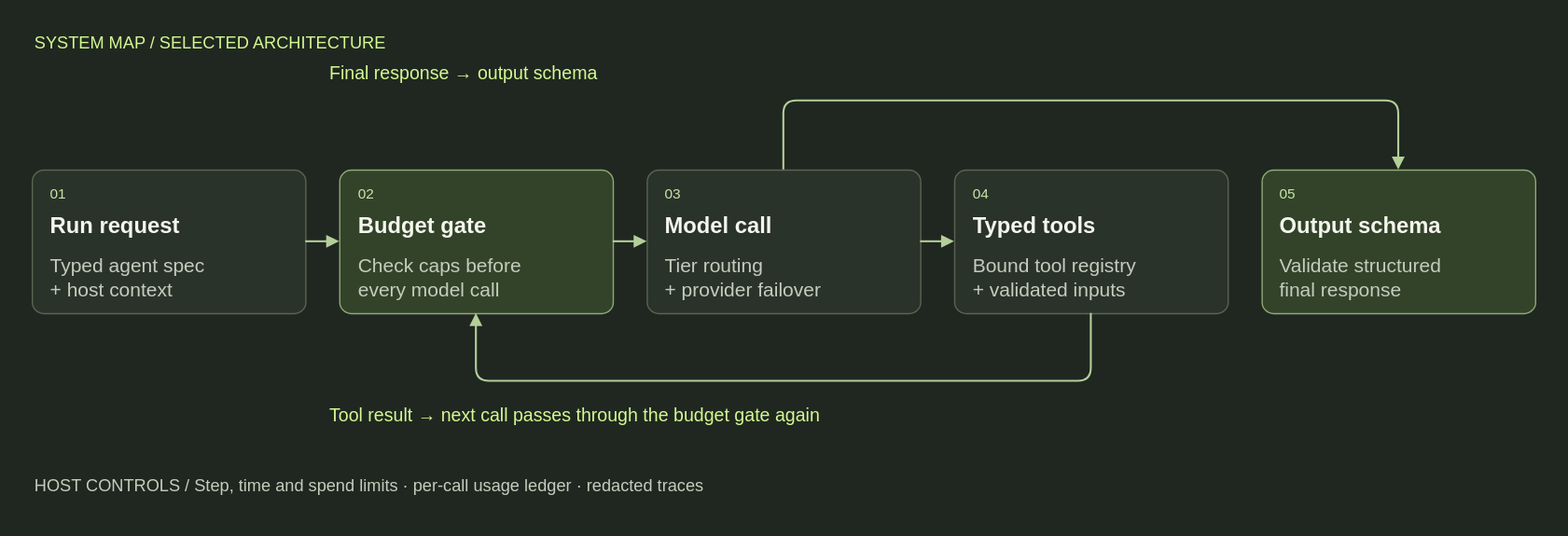
This is images/agents/runtime-technical.svg from youngfreezy/youngfreezy.github.io, a draw.io export, as it was before one commit. Source tidied: cells renumbered, new cells last; positions are measured from the earlier drawing's top-left corner, leaving out a move shared by most shapes.
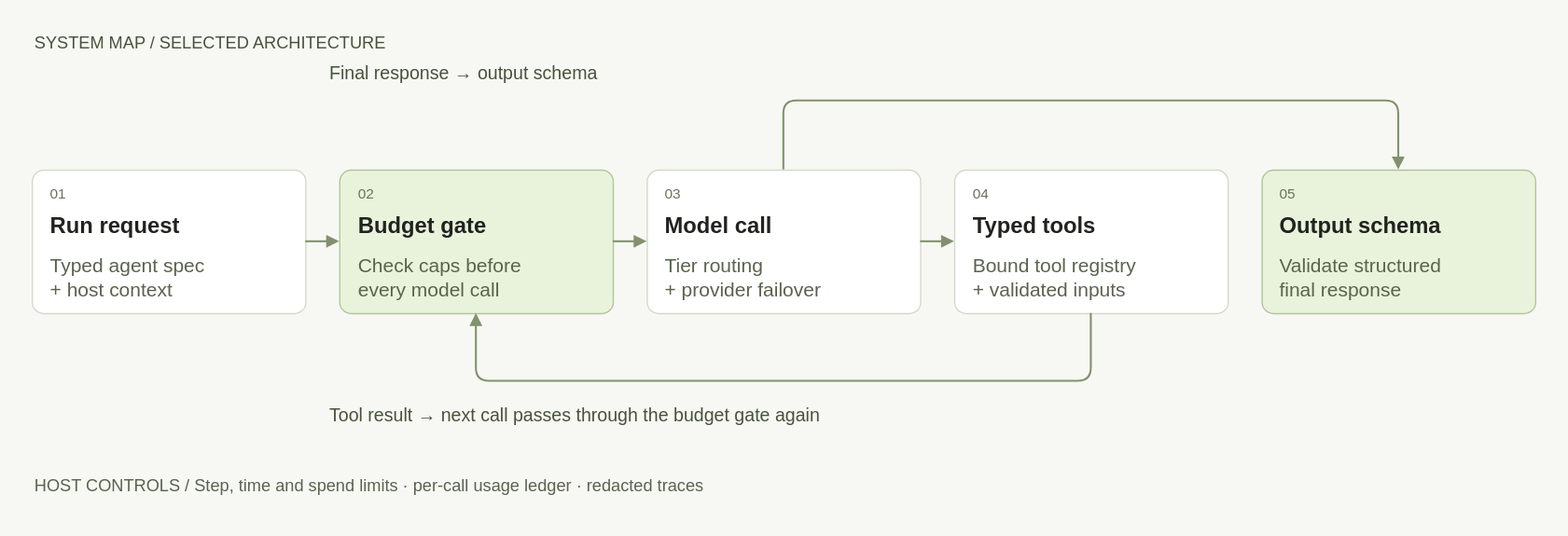
The same diagram one commit later.

Diff of the diagram source:
```diff
@@ -1,83 +1,83 @@
-<mxGraphModel background="#202720">
+<mxGraphModel background="#f7f8f4">
   <root>
     <mxCell id="0" />
     <mxCell id="1" parent="0" />
-    <mxCell id="2" style="html=1;fontFamily=Helvetica;fontColor=#f4f6ed;strokeColor=none;fillColor=#202720;" parent="1" vertex="1">
+    <mxCell id="2" style="html=1;fontFamily=Helvetica;fontColor=#20231f;strokeColor=none;fillColor=#f7f8f4;" parent="1" vertex="1">
       <mxGeometry width="1200" height="410" as="geometry" />
     </mxCell>
-    <mxCell id="3" value="SYSTEM MAP  /  SELECTED ARCHITECTURE" style="html=1;fontFamily=Helvetica;fontColor=#f4f6ed;text;whiteSpace=wrap;strokeColor=none;fillColor=none;align=left;verticalAlign=middle;fontSize=13;fontColor=#d3f993;fontStyle=0;" parent="1" vertex="1">
+    <mxCell id="3" value="SYSTEM MAP  /  SELECTED ARCHITECTURE" style="html=1;fontFamily=Helvetica;fontColor=#20231f;text;whiteSpace=wrap;strokeColor=none;fillColor=none;align=left;verticalAlign=middle;fontSize=13;fontColor=#47523b;fontStyle=0;" parent="1" vertex="1">
       <mxGeometry x="24" y="18" width="1152" height="28" as="geometry" />
     </mxCell>
-    <mxCell id="4" style="html=1;fontFamily=Helvetica;fontColor=#f4f6ed;rounded=1;arcSize=8;fillColor=#2a332a;strokeColor=#596451;strokeWidth=1;" parent="1" vertex="1">
+    <mxCell id="4" style="html=1;fontFamily=Helvetica;fontColor=#20231f;rounded=1;arcSize=8;fillColor=#ffffff;strokeColor=#d3d9ca;strokeWidth=1;" parent="1" vertex="1">
       <mxGeometry x="24" y="130" width="209.6" height="110" as="geometry" />
     </mxCell>
-    <mxCell id="5" value="01" style="html=1;fontFamily=Helvetica;fontColor=#f4f6ed;text;whiteSpace=wrap;strokeColor=none;fillColor=none;align=left;verticalAlign=middle;fontSize=11;fontColor=#c7e6a9;fontStyle=0;" parent="4" vertex="1">
+    <mxCell id="5" value="01" style="html=1;fontFamily=Helvetica;fontColor=#20231f;text;whiteSpace=wrap;strokeColor=none;fillColor=none;align=left;verticalAlign=middle;fontSize=11;fontColor=#68725c;fontStyle=0;" parent="4" vertex="1">
       <mxGeometry x="12" y="8" width="30" height="20" as="geometry" />
     </mxCell>
-    <mxCell id="6" value="Run request" style="html=1;fontFamily=Helvetica;fontColor=#f4f6ed;text;whiteSpace=wrap;strokeColor=none;fillColor=none;align=left;verticalAlign=middle;fontSize=17;fontColor=#f4f6ed;fontStyle=1;" parent="4" vertex="1">
+    <mxCell id="6" value="Run request" style="html=1;fontFamily=Helvetica;fontColor=#20231f;text;whiteSpace=wrap;strokeColor=none;fillColor=none;align=left;verticalAlign=middle;fontSize=17;fontColor=#20231f;fontStyle=1;" parent="4" vertex="1">
       <mxGeometry x="12" y="31" width="185.6" height="26" as="geometry" />
     </mxCell>
-    <mxCell id="7" value="Typed agent spec&#10;+ host context" style="html=1;fontFamily=Helvetica;fontColor=#f4f6ed;text;whiteSpace=wrap;strokeColor=none;fillColor=none;align=left;verticalAlign=middle;fontSize=15;fontColor=#c4cdbd;fontStyle=0;" parent="4" vertex="1">
+    <mxCell id="7" value="Typed agent spec&#10;+ host context" style="html=1;fontFamily=Helvetica;fontColor=#20231f;text;whiteSpace=wrap;strokeColor=none;fillColor=none;align=left;verticalAlign=middle;fontSize=15;fontColor=#59634e;fontStyle=0;" parent="4" vertex="1">
       <mxGeometry x="12" y="62" width="185.6" height="40" as="geometry" />
     </mxCell>
-    <mxCell id="8" style="html=1;fontFamily=Helvetica;fontColor=#f4f6ed;rounded=1;arcSize=8;fillColor=#33432a;strokeColor=#8eaa75;strokeWidth=1;" parent="1" vertex="1">
+    <mxCell id="8" style="html=1;fontFamily=Helvetica;fontColor=#20231f;rounded=1;arcSize=8;fillColor=#e9f3db;strokeColor=#b2c59a;strokeWidth=1;" parent="1" vertex="1">
       <mxGeometry x="259.6" y="130" width="209.6" height="110" as="geometry" />
     </mxCell>
-    <mxCell id="9" value="02" style="html=1;fontFamily=Helvetica;fontColor=#f4f6ed;text;whiteSpace=wrap;strokeColor=none;fillColor=none;align=left;verticalAlign=middle;fontSize=11;fontColor=#c7e6a9;fontStyle=0;" parent="8" vertex="1">
+    <mxCell id="9" value="02" style="html=1;fontFamily=Helvetica;fontColor=#20231f;text;whiteSpace=wrap;strokeColor=none;fillColor=none;align=left;verticalAlign=middle;fontSize=11;fontColor=#68725c;fontStyle=0;" parent="8" vertex="1">
       <mxGeometry x="12" y="8" width="30" height="20" as="geometry" />
     </mxCell>
-    <mxCell id="10" value="Budget gate" style="html=1;fontFamily=Helvetica;fontColor=#f4f6ed;text;whiteSpace=wrap;strokeColor=none;fillColor=none;align=left;verticalAlign=middle;fontSize=17;fontColor=#f4f6ed;fontStyle=1;" parent="8" vertex="1">
+    <mxCell id="10" value="Budget gate" style="html=1;fontFamily=Helvetica;fontColor=#20231f;text;whiteSpace=wrap;strokeColor=none;fillColor=none;align=left;verticalAlign=middle;fontSize=17;fontColor=#20231f;fontStyle=1;" parent="8" vertex="1">
       <mxGeometry x="12" y="31" width="185.6" height="26" as="geometry" />
     </mxCell>
-    <mxCell id="11" value="Check caps before&#10;every model call" style="html=1;fontFamily=Helvetica;fontColor=#f4f6ed;text;whiteSpace=wrap;strokeColor=none;fillColor=none;align=left;verticalAlign=middle;fontSize=15;fontColor=#c4cdbd;fontStyle=0;" parent="8" vertex="1">
+    <mxCell id="11" value="Check caps before&#10;every model call" style="html=1;fontFamily=Helvetica;fontColor=#20231f;text;whiteSpace=wrap;strokeColor=none;fillColor=none;align=left;verticalAlign=middle;fontSize=15;fontColor=#59634e;fontStyle=0;" parent="8" vertex="1">
       <mxGeometry x="12" y="62" width="185.6" height="40" as="geometry" />
     </mxCell>
-    <mxCell id="12" style="html=1;fontFamily=Helvetica;fontColor=#f4f6ed;rounded=1;arcSize=8;fillColor=#2a332a;strokeColor=#596451;strokeWidth=1;" parent="1" vertex="1">
+    <mxCell id="12" style="html=1;fontFamily=Helvetica;fontColor=#20231f;rounded=1;arcSize=8;fillColor=#ffffff;strokeColor=#d3d9ca;strokeWidth=1;" parent="1" vertex="1">
       <mxGeometry x="495.2" y="130" width="209.6" height="110" as="geometry" />
     </mxCell>
-    <mxCell id="13" value="03" style="html=1;fontFamily=Helvetica;fontColor=#f4f6ed;text;whiteSpace=wrap;strokeColor=none;fillColor=none;align=left;verticalAlign=middle;fontSize=11;fontColor=#c7e6a9;fontStyle=0;" parent="12" vertex="1">
+    <mxCell id="13" value="03" style="html=1;fontFamily=Helvetica;fontColor=#20231f;text;whiteSpace=wrap;strokeColor=none;fillColor=none;align=left;verticalAlign=middle;fontSize=11;fontColor=#68725c;fontStyle=0;" parent="12" vertex="1">
       <mxGeometry x="12" y="8" width="30" height="20" as="geometry" />
     </mxCell>
-    <mxCell id="14" value="Model call" style="html=1;fontFamily=Helvetica;fontColor=#f4f6ed;text;whiteSpace=wrap;strokeColor=none;fillColor=none;align=left;verticalAlign=middle;fontSize=17;fontColor=#f4f6ed;fontStyle=1;" parent="12" vertex="1">
+    <mxCell id="14" value="Model call" style="html=1;fontFamily=Helvetica;fontColor=#20231f;text;whiteSpace=wrap;strokeColor=none;fillColor=none;align=left;verticalAlign=middle;fontSize=17;fontColor=#20231f;fontStyle=1;" parent="12" vertex="1">
       <mxGeometry x="12" y="31" width="185.6" height="26" as="geometry" />
     </mxCell>
-    <mxCell id="15" value="Tier routing&#10;+ provider failover" style="html=1;fontFamily=Helvetica;fontColor=#f4f6ed;text;whiteSpace=wrap;strokeColor=none;fillColor=none;align=left;verticalAlign=middle;fontSize=15;fontColor=#c4cdbd;fontStyle=0;" parent="12" vertex="1">
+    <mxCell id="15" value="Tier routing&#10;+ provider failover" style="html=1;fontFamily=Helvetica;fontColor=#20231f;text;whiteSpace=wrap;strokeColor=none;fillColor=none;align=left;verticalAlign=middle;fontSize=15;fontColor=#59634e;fontStyle=0;" parent="12" vertex="1">
       <mxGeometry x="12" y="62" width="185.6" height="40" as="geometry" />
     </mxCell>
-    <mxCell id="16" style="html=1;fontFamily=Helvetica;fontColor=#f4f6ed;rounded=1;arcSize=8;fillColor=#2a332a;strokeColor=#596451;strokeWidth=1;" parent="1" vertex="1">
+    <mxCell id="16" style="html=1;fontFamily=Helvetica;fontColor=#20231f;rounded=1;arcSize=8;fillColor=#ffffff;strokeColor=#d3d9ca;strokeWidth=1;" parent="1" vertex="1">
       <mxGeometry x="730.8" y="130" width="209.6" height="110" as="geometry" />
     </mxCell>
-    <mxCell id="17" value="04" style="html=1;fontFamily=Helvetica;fontColor=#f4f6ed;text;whiteSpace=wrap;strokeColor=none;fillColor=none;align=left;verticalAlign=middle;fontSize=11;fontColor=#c7e6a9;fontStyle=0;" parent="16" vertex="1">
+    <mxCell id="17" value="04" style="html=1;fontFamily=Helvetica;fontColor=#20231f;text;whiteSpace=wrap;strokeColor=none;fillColor=none;align=left;verticalAlign=middle;fontSize=11;fontColor=#68725c;fontStyle=0;" parent="16" vertex="1">
       <mxGeometry x="12" y="8" width="30" height="20" as="geometry" />
     </mxCell>
-    <mxCell id="18" value="Typed tools" style="html=1;fontFamily=Helvetica;fontColor=#f4f6ed;text;whiteSpace=wrap;strokeColor=none;fillColor=none;align=left;verticalAlign=middle;fontSize=17;fontColor=#f4f6ed;fontStyle=1;" parent="16" vertex="1">
+    <mxCell id="18" value="Typed tools" style="html=1;fontFamily=Helvetica;fontColor=#20231f;text;whiteSpace=wrap;strokeColor=none;fillColor=none;align=left;verticalAlign=middle;fontSize=17;fontColor=#20231f;fontStyle=1;" parent="16" vertex="1">
       <mxGeometry x="12" y="31" width="185.6" height="26" as="geometry" />
     </mxCell>
-    <mxCell id="19" value="Bound tool registry&#10;+ validated inputs" style="html=1;fontFamily=Helvetica;fontColor=#f4f6ed;text;whiteSpace=wrap;strokeColor=none;fillColor=none;align=left;verticalAlign=middle;fontSize=15;fontColor=#c4cdbd;fontStyle=0;" parent="16" vertex="1">
+    <mxCell id="19" value="Bound tool registry&#10;+ validated inputs" style="html=1;fontFamily=Helvetica;fontColor=#20231f;text;whiteSpace=wrap;strokeColor=none;fillColor=none;align=left;verticalAlign=middle;fontSize=15;fontColor=#59634e;fontStyle=0;" parent="16" vertex="1">
       <mxGeometry x="12" y="62" width="185.6" height="40" as="geometry" />
     </mxCell>
-    <mxCell id="20" style="html=1;fontFamily=Helvetica;fontColor=#f4f6ed;rounded=1;arcSize=8;fillColor=#33432a;strokeColor=#8eaa75;strokeWidth=1;" parent="1" vertex="1">
+    <mxCell id="20" style="html=1;fontFamily=Helvetica;fontColor=#20231f;rounded=1;arcSize=8;fillColor=#e9f3db;strokeColor=#b2c59a;strokeWidth=1;" parent="1" vertex="1">
       <mxGeometry x="966.4" y="130" width="209.6" height="110" as="geometry" />
     </mxCell>
-    <mxCell id="21" value="05" style="html=1;fontFamily=Helvetica;fontColor=#f4f6ed;text;whiteSpace=wrap;strokeColor=none;fillColor=none;align=left;verticalAlign=middle;fontSize=11;fontColor=#c7e6a9;fontStyle=0;" parent="20" vertex="1">
+    <mxCell id="21" value="05" style="html=1;fontFamily=Helvetica;fontColor=#20231f;text;whiteSpace=wrap;strokeColor=none;fillColor=none;align=left;verticalAlign=middle;fontSize=11;fontColor=#68725c;fontStyle=0;" parent="20" vertex="1">
       <mxGeometry x="12" y="8" width="30" height="20" as="geometry" />
     </mxCell>
-    <mxCell id="22" value="Output schema" style="html=1;fontFamily=Helvetica;fontColor=#f4f6ed;text;whiteSpace=wrap;strokeColor=none;fillColor=none;align=left;verticalAlign=middle;fontSize=17;fontColor=#f4f6ed;fontStyle=1;" parent="20" vertex="1">
+    <mxCell id="22" value="Output schema" style="html=1;fontFamily=Helvetica;fontColor=#20231f;text;whiteSpace=wrap;strokeColor=none;fillColor=none;align=left;verticalAlign=middle;fontSize=17;fontColor=#20231f;fontStyle=1;" parent="20" vertex="1">
       <mxGeometry x="12" y="31" width="185.6" height="26" as="geometry" />
     </mxCell>
-    <mxCell id="23" value="Validate structured&#10;final response" style="html=1;fontFamily=Helvetica;fontColor=#f4f6ed;text;whiteSpace=wrap;strokeColor=none;fillColor=none;align=left;verticalAlign=middle;fontSize=15;fontColor=#c4cdbd;fontStyle=0;" parent="20" vertex="1">
+    <mxCell id="23" value="Validate structured&#10;final response" style="html=1;fontFamily=Helvetica;fontColor=#20231f;text;whiteSpace=wrap;strokeColor=none;fillColor=none;align=left;verticalAlign=middle;fontSize=15;fontColor=#59634e;fontStyle=0;" parent="20" vertex="1">
       <mxGeometry x="12" y="62" width="185.6" height="40" as="geometry" />
     </mxCell>
-    <mxCell id="24" style="edgeStyle=orthogonalEdgeStyle;rounded=1;jettySize=auto;strokeColor=#b4cf99;strokeWidth=1.5;endArrow=block;endFill=1;exitX=1;exitY=.5;entryX=0;entryY=.5;" parent="1" edge="1" source="4" target="8">
+    <mxCell id="24" style="edgeStyle=orthogonalEdgeStyle;rounded=1;jettySize=auto;strokeColor=#82916e;strokeWidth=1.5;endArrow=block;endFill=1;exitX=1;exitY=.5;entryX=0;entryY=.5;" parent="1" edge="1" source="4" target="8">
       <mxGeometry relative="1" as="geometry" />
     </mxCell>
-    <mxCell id="25" style="edgeStyle=orthogonalEdgeStyle;rounded=1;jettySize=auto;strokeColor=#b4cf99;strokeWidth=1.5;endArrow=block;endFill=1;exitX=1;exitY=.5;entryX=0;entryY=.5;" parent="1" edge="1" source="8" target="12">
+    <mxCell id="25" style="edgeStyle=orthogonalEdgeStyle;rounded=1;jettySize=auto;strokeColor=#82916e;strokeWidth=1.5;endArrow=block;endFill=1;exitX=1;exitY=.5;entryX=0;entryY=.5;" parent="1" edge="1" source="8" target="12">
       <mxGeometry relative="1" as="geometry" />
     </mxCell>
-    <mxCell id="26" style="edgeStyle=orthogonalEdgeStyle;rounded=1;jettySize=auto;strokeColor=#b4cf99;strokeWidth=1.5;endArrow=block;endFill=1;exitX=1;exitY=.5;entryX=0;entryY=.5;" parent="1" edge="1" source="12" target="16">
+    <mxCell id="26" style="edgeStyle=orthogonalEdgeStyle;rounded=1;jettySize=auto;strokeColor=#82916e;strokeWidth=1.5;endArrow=block;endFill=1;exitX=1;exitY=.5;entryX=0;entryY=.5;" parent="1" edge="1" source="12" target="16">
       <mxGeometry relative="1" as="geometry" />
     </mxCell>
-    <mxCell id="27" style="edgeStyle=orthogonalEdgeStyle;rounded=1;jettySize=auto;strokeColor=#b4cf99;strokeWidth=1.5;endArrow=block;endFill=1;exitX=.5;exitY=1;entryX=.5;entryY=1;" parent="1" edge="1" source="16" target="8">
+    <mxCell id="27" style="edgeStyle=orthogonalEdgeStyle;rounded=1;jettySize=auto;strokeColor=#82916e;strokeWidth=1.5;endArrow=block;endFill=1;exitX=.5;exitY=1;entryX=.5;entryY=1;" parent="1" edge="1" source="16" target="8">
       <mxGeometry relative="1" as="geometry">
         <Array as="points">
           <mxPoint x="835.6" y="292" />
@@ -85,10 +85,10 @@
         </Array>
       </mxGeometry>
     </mxCell>
-    <mxCell id="28" value="Tool result → next call passes through the budget gate again" style="html=1;fontFamily=Helvetica;fontColor=#f4f6ed;text;whiteSpace=wrap;strokeColor=none;fillColor=none;align=left;verticalAlign=middle;fontSize=14;fontColor=#d3f993;fontStyle=0;" parent="1" vertex="1">
+    <mxCell id="28" value="Tool result → next call passes through the budget gate again" style="html=1;fontFamily=Helvetica;fontColor=#20231f;text;whiteSpace=wrap;strokeColor=none;fillColor=none;align=left;verticalAlign=middle;fontSize=14;fontColor=#47523b;fontStyle=0;" parent="1" vertex="1">
       <mxGeometry x="250" y="305" width="700" height="26" as="geometry" />
     </mxCell>
-    <mxCell id="29" style="edgeStyle=orthogonalEdgeStyle;rounded=1;jettySize=auto;strokeColor=#b4cf99;strokeWidth=1.5;endArrow=block;endFill=1;exitX=.5;exitY=0;entryX=.5;entryY=0;" parent="1" edge="1" source="12" target="20">
+    <mxCell id="29" style="edgeStyle=orthogonalEdgeStyle;rounded=1;jettySize=auto;strokeColor=#82916e;strokeWidth=1.5;endArrow=block;endFill=1;exitX=.5;exitY=0;entryX=.5;entryY=0;" parent="1" edge="1" source="12" target="20">
       <mxGeometry relative="1" as="geometry">
         <Array as="points">
           <mxPoint x="600" y="77" />
@@ -96,10 +96,10 @@
         </Array>
       </mxGeometry>
     </mxCell>
-    <mxCell id="30" value="Final response → output schema" style="html=1;fontFamily=Helvetica;fontColor=#f4f6ed;text;whiteSpace=wrap;strokeColor=none;fillColor=none;align=left;verticalAlign=middle;fontSize=14;fontColor=#d3f993;fontStyle=0;" parent="1" vertex="1">
+    <mxCell id="30" value="Final response → output schema" style="html=1;fontFamily=Helvetica;fontColor=#20231f;text;whiteSpace=wrap;strokeColor=none;fillColor=none;align=left;verticalAlign=middle;fontSize=14;fontColor=#47523b;fontStyle=0;" parent="1" vertex="1">
       <mxGeometry x="250" y="43" width="700" height="26" as="geometry" />
     </mxCell>
-    <mxCell id="31" value="HOST CONTROLS  /  Step, time and spend limits · per-call usage ledger · redacted traces" style="html=1;fontFamily=Helvetica;fontColor=#f4f6ed;text;whiteSpace=wrap;strokeColor=none;fillColor=none;align=left;verticalAlign=middle;fontSize=13;fontColor=#c4cdbd;fontStyle=0;" parent="1" vertex="1">
+    <mxCell id="31" value="HOST CONTROLS  /  Step, time and spend limits · per-call usage ledger · redacted traces" style="html=1;fontFamily=Helvetica;fontColor=#20231f;text;whiteSpace=wrap;strokeColor=none;fillColor=none;align=left;verticalAlign=middle;fontSize=13;fontColor=#59634e;fontStyle=0;" parent="1" vertex="1">
       <mxGeometry x="24" y="350" width="1152" height="44" as="geometry" />
     </mxCell>
   </root>
```
